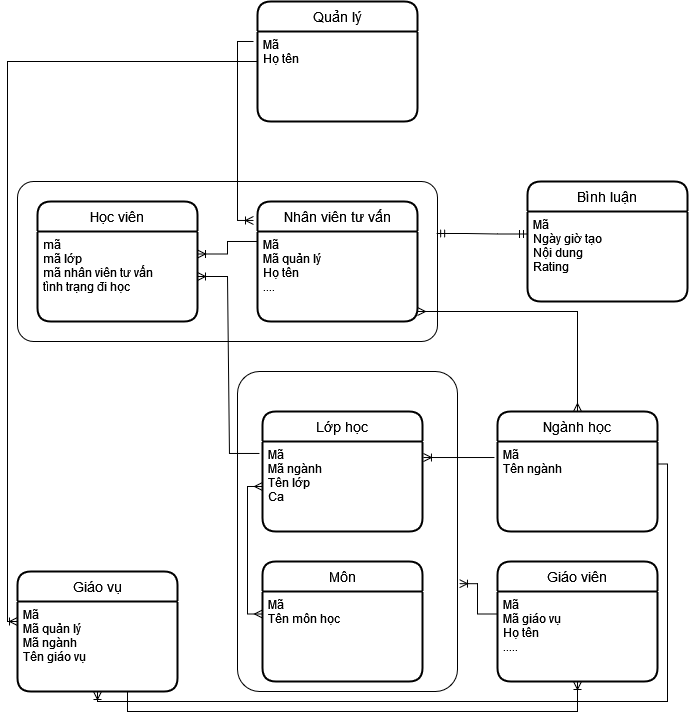
Above: Do_an_2.drawio.png in HurdyGutty/vocational_school_website (draw.io), before the change. Source tidied: cells renumbered, new cells last; positions are measured from the earlier drawing's top-left corner, leaving out a move shared by most shapes.
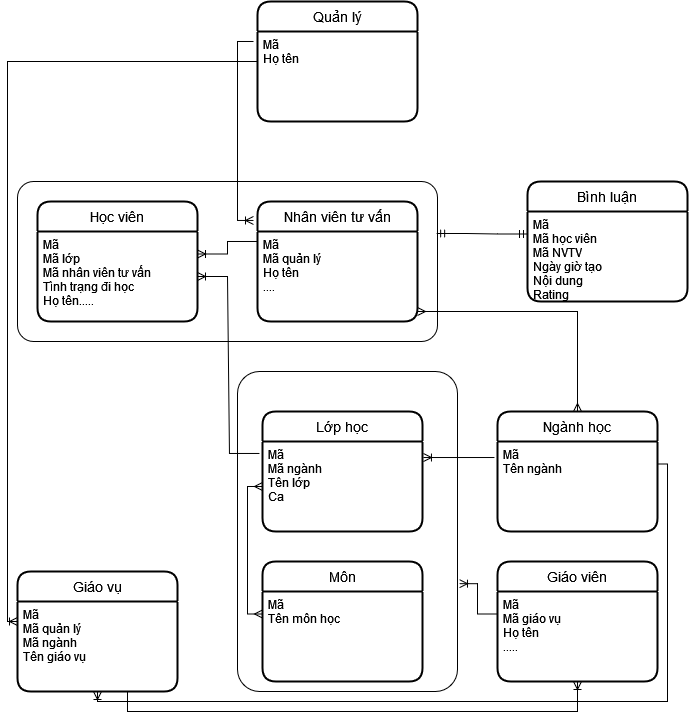
Later version of the same file.

Diff of the diagram source:
```diff
@@ -11,7 +11,7 @@
     <mxCell id="4" value="Học viên" style="swimlane;horizontal=1;startSize=30;rounded=1;fontSize=14;fontStyle=0;strokeWidth=2;shadow=0;dashed=0;align=center;" parent="1" vertex="1">
       <mxGeometry x="30" y="200" width="160" height="120" as="geometry" />
     </mxCell>
-    <mxCell id="5" value="mã&#10;mã lớp&#10;mã nhân viên tư vấn&#10;tình trạng đi học&#10;" style="align=left;strokeColor=none;fillColor=none;spacingLeft=4;fontSize=12;verticalAlign=top;" parent="4" vertex="1">
+    <mxCell id="5" value="Mã&#10;Mã lớp&#10;Mã nhân viên tư vấn&#10;Tình trạng đi học&#10;Họ tên.....&#10;&#10;" style="align=left;strokeColor=none;fillColor=none;spacingLeft=4;fontSize=12;verticalAlign=top;" parent="4" vertex="1">
       <mxGeometry y="30" width="160" height="90" as="geometry" />
     </mxCell>
     <mxCell id="6" value="Nhân viên tư vấn" style="swimlane;horizontal=1;startSize=30;rounded=1;fontSize=14;fontStyle=0;strokeWidth=2;shadow=0;dashed=0;align=center;" parent="1" vertex="1">
@@ -114,7 +114,7 @@
     <mxCell id="30" value="Bình luận" style="swimlane;horizontal=1;startSize=30;rounded=1;fontSize=14;fontStyle=0;strokeWidth=2;shadow=0;dashed=0;align=center;" parent="1" vertex="1">
       <mxGeometry x="520" y="180" width="160" height="120" as="geometry" />
     </mxCell>
-    <mxCell id="31" value="Mã&#10;Ngày giờ tạo&#10;Nội dung&#10;Rating&#10;&#10;" style="align=left;strokeColor=none;fillColor=none;spacingLeft=4;fontSize=12;verticalAlign=top;" parent="30" vertex="1">
+    <mxCell id="31" value="Mã&#10;Mã học viên&#10;Mã NVTV&#10;Ngày giờ tạo&#10;Nội dung&#10;Rating&#10;&#10;" style="align=left;strokeColor=none;fillColor=none;spacingLeft=4;fontSize=12;verticalAlign=top;" parent="30" vertex="1">
       <mxGeometry y="30" width="160" height="90" as="geometry" />
     </mxCell>
     <mxCell id="32" style="edgeStyle=entityRelationEdgeStyle;fontSize=12;html=1;endArrow=ERmandOne;startArrow=ERmandOne;rounded=0;elbow=vertical;entryX=0;entryY=0.25;entryDx=0;entryDy=0;exitX=0.998;exitY=0.325;exitDx=0;exitDy=0;exitPerimeter=0;" parent="1" edge="1" source="2" target="31">
```
